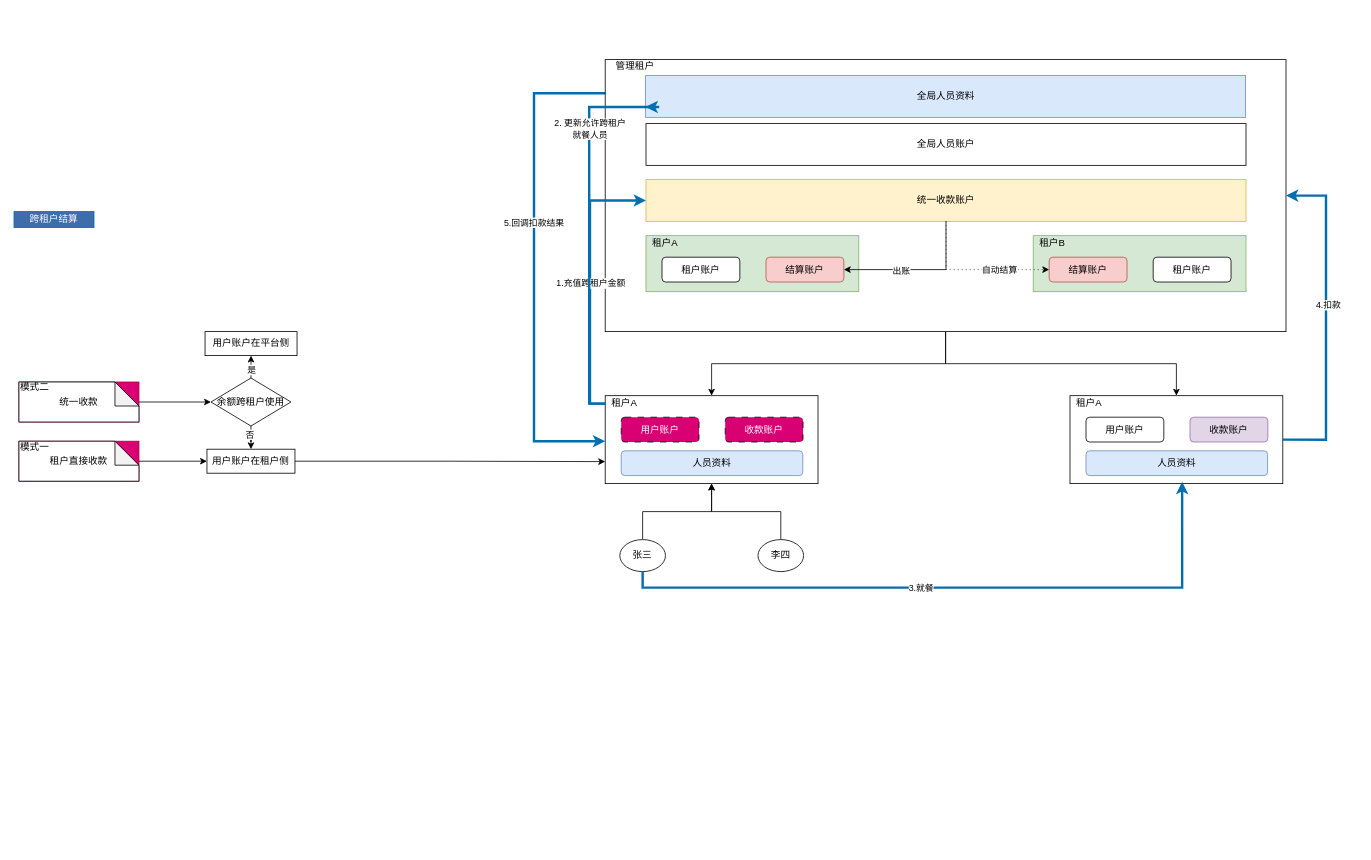
Before: 集团版设计.drawio in liolay/draw, a draw.io diagram. Source tidied: cells renumbered, new cells numbered last; positions are measured from the earlier drawing's top-left corner, leaving out a move shared by most shapes. Both pictures are drawn from the tidied source at 80%, with x=0, y=0 at pixel (14, 59).
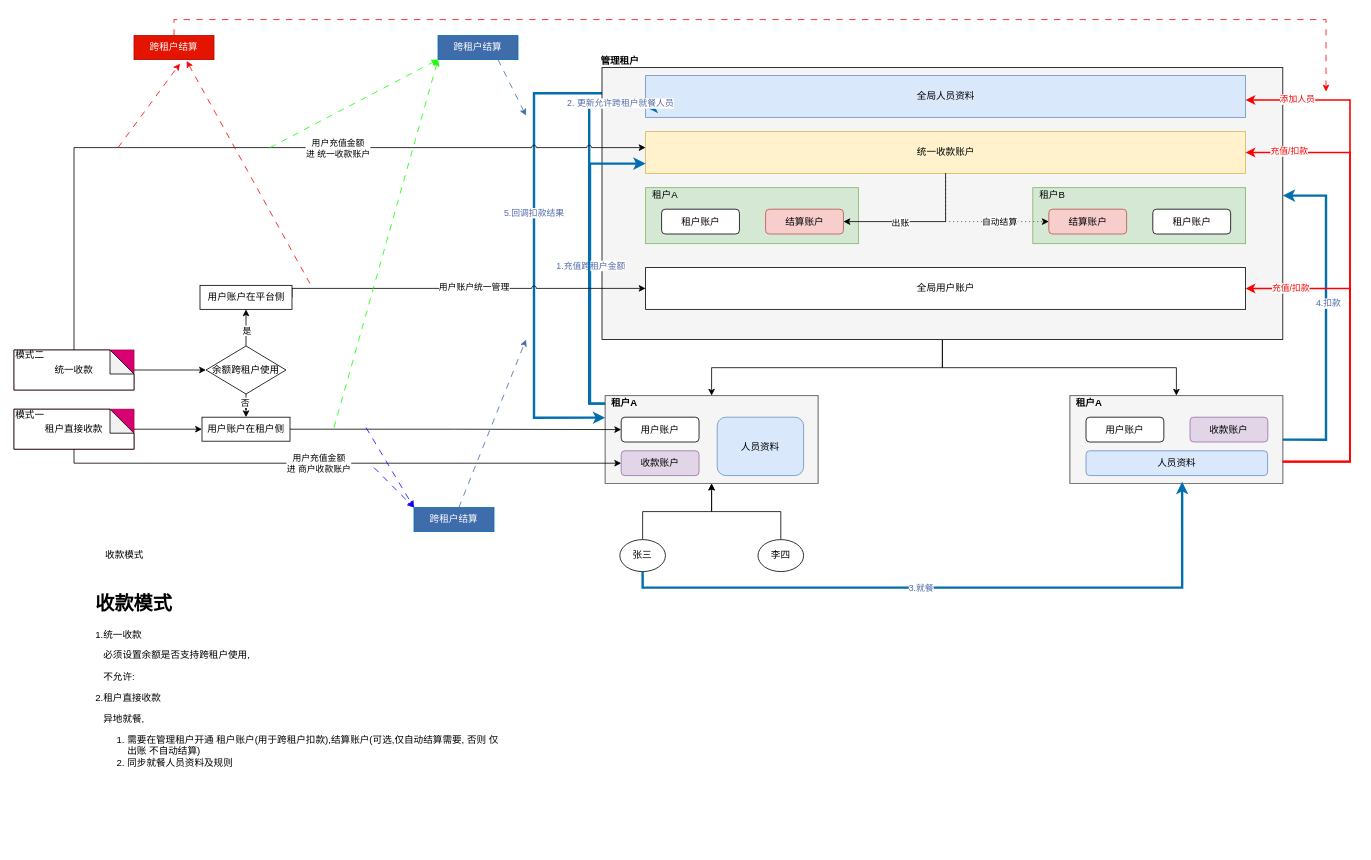
Above is the later version.

Commit message (it also covers changes not shown here):
更新集团版设计.drawio

Unchanged cells that the change refers to:
```xml
<mxCell id="9" value="全局人员资料" style="rounded=0;whiteSpace=wrap;html=1;fillColor=#dae8fc;strokeColor=#6c8ebf;" parent="1" vertex="1">
  <mxGeometry x="789.5" y="20" width="750" height="52.2" as="geometry" />
</mxCell>
<mxCell id="42" value="租户直接收款" style="shape=note;whiteSpace=wrap;html=1;backgroundOutline=1;darkOpacity=0.05;" parent="41" vertex="1">
  <mxGeometry width="150" height="50" as="geometry" />
</mxCell>
<mxCell id="47" style="edgeStyle=orthogonalEdgeStyle;rounded=0;jettySize=auto;html=1;entryX=0.527;entryY=0.98;entryDx=0;entryDy=0;entryPerimeter=0;fillColor=#1ba1e2;strokeColor=#006EAF;strokeWidth=3;" parent="1" edge="1" source="25" target="27">
  <mxGeometry relative="1" as="geometry">
    <Array as="points">
      <mxPoint x="786" y="660" />
      <mxPoint x="1460" y="660" />
    </Array>
  </mxGeometry>
</mxCell>
<mxCell id="51" style="edgeStyle=orthogonalEdgeStyle;rounded=0;jettySize=auto;html=1;exitX=0;exitY=0.5;exitDx=0;exitDy=0;entryX=0;entryY=0.75;entryDx=0;entryDy=0;fillColor=#1ba1e2;strokeColor=#006EAF;strokeWidth=3;" parent="1" edge="1" source="34" target="9">
  <mxGeometry relative="1" as="geometry" />
</mxCell>
<mxCell id="63" value="统一收款" style="shape=note;whiteSpace=wrap;html=1;backgroundOutline=1;darkOpacity=0.05;" parent="62" vertex="1">
  <mxGeometry width="150" height="50" as="geometry" />
</mxCell>
```

Change to the diagram source:
```diff
@@
-    <mxCell id="4" style="edgeStyle=orthogonalEdgeStyle;rounded=0;orthogonalLoop=1;jettySize=auto;html=1;exitX=0.006;exitY=0.118;exitDx=0;exitDy=0;entryX=0;entryY=0.5;entryDx=0;entryDy=0;fillColor=#1ba1e2;strokeColor=#006EAF;exitPerimeter=0;elbow=vertical;strokeWidth=3;" parent="1" edge="1">
+    <mxCell id="4" style="edgeStyle=orthogonalEdgeStyle;rounded=0;jettySize=auto;html=1;exitX=0.006;exitY=0.118;exitDx=0;exitDy=0;entryX=0;entryY=0.25;entryDx=0;entryDy=0;fillColor=#1ba1e2;strokeColor=#006EAF;exitPerimeter=0;elbow=vertical;strokeWidth=3;" parent="1" edge="1" target="33">
       <mxGeometry relative="1" as="geometry">
         <mxPoint x="744.1" y="42.1" as="sourcePoint" />
-        <mxPoint x="739" y="477" as="targetPoint" />
         <Array as="points">
-          <mxPoint x="650" y="41.9" />
-          <mxPoint x="650" y="476.9" />
+          <mxPoint x="650" y="42" />
+          <mxPoint x="650" y="448" />
         </Array>
       </mxGeometry>
     </mxCell>
-    <mxCell id="5" value="5.回调扣款结果" style="edgeLabel;html=1;align=center;verticalAlign=middle;" parent="4" vertex="1">
+    <mxCell id="5" value="5.回调扣款结果" style="edgeLabel;html=1;align=center;verticalAlign=middle;fontColor=light-dark(#526ba8, #ededed);" parent="4" vertex="1">
       <mxGeometry x="-0.17" y="-1" relative="1" as="geometry" />
     </mxCell>
-    <mxCell id="6" style="rounded=0;whiteSpace=wrap;html=1;" parent="1" vertex="1">
-      <mxGeometry x="739" width="851" height="340" as="geometry" />
+    <mxCell id="6" style="rounded=0;whiteSpace=wrap;html=1;fillColor=#f5f5f5;fontColor=#333333;strokeColor=default;" parent="1" vertex="1">
+      <mxGeometry x="735" y="10" width="851" height="340" as="geometry" />
     </mxCell>
-    <mxCell id="7" value="管理租户" style="text;html=1;whiteSpace=wrap;strokeColor=none;fillColor=none;align=center;verticalAlign=middle;rounded=0;" parent="1" vertex="1">
-      <mxGeometry x="739" width="75.3" height="16.8" as="geometry" />
+    <mxCell id="7" value="管理租户" style="text;html=1;whiteSpace=wrap;strokeColor=none;fillColor=none;align=center;verticalAlign=middle;rounded=0;fontStyle=1;" parent="1" vertex="1">
+      <mxGeometry x="720" y="-6.8" width="75.3" height="16.8" as="geometry" />
     </mxCell>
     <mxCell id="8" value="统一收款账户" style="rounded=0;whiteSpace=wrap;html=1;fillColor=#fff2cc;strokeColor=#d6b656;" parent="1" vertex="1">
-      <mxGeometry x="790" y="150" width="750" height="52.2" as="geometry" />
+      <mxGeometry x="789.5" y="90" width="750" height="52.2" as="geometry" />
     </mxCell>
@@
     <mxCell id="10" style="group;" parent="1" vertex="1">
-      <mxGeometry x="790" y="220" width="266" height="70.1" as="geometry" />
+      <mxGeometry x="789.5" y="160" width="266" height="70.1" as="geometry" />
     </mxCell>
@@
     <mxCell id="15" style="group;" parent="1" vertex="1">
-      <mxGeometry x="1274" y="220" width="266" height="70.1" as="geometry" />
+      <mxGeometry x="1273.5" y="160" width="266" height="70.1" as="geometry" />
     </mxCell>
@@
-    <mxCell id="26" style="group;" parent="1" vertex="1">
+    <mxCell id="26" style="group;fillColor=#f5f5f5;fontColor=#333333;strokeColor=#666666;" parent="1" vertex="1">
       <mxGeometry x="1320" y="420" width="266" height="110" as="geometry" />
     </mxCell>
-    <mxCell id="27" style="rounded=0;whiteSpace=wrap;html=1;glass=0;" parent="26" vertex="1">
+    <mxCell id="27" style="rounded=0;whiteSpace=wrap;html=1;glass=0;fillColor=#f5f5f5;fontColor=#333333;strokeColor=#666666;" parent="26" vertex="1">
       <mxGeometry y="0.1" width="266" height="109.9" as="geometry" />
     </mxCell>
-    <mxCell id="28" value="租户A" style="text;html=1;whiteSpace=wrap;strokeColor=none;fillColor=none;align=center;verticalAlign=middle;rounded=0;" parent="26" vertex="1">
+    <mxCell id="28" value="租户A" style="text;html=1;whiteSpace=wrap;strokeColor=none;fillColor=none;align=center;verticalAlign=middle;rounded=0;fontStyle=1;" parent="26" vertex="1">
       <mxGeometry width="47.5" height="20" as="geometry" />
     </mxCell>
@@
-    <mxCell id="32" style="group;" parent="1" vertex="1">
+    <mxCell id="32" style="group;fillColor=#f5f5f5;fontColor=#333333;strokeColor=#666666;" parent="1" vertex="1">
       <mxGeometry x="739" y="420" width="266" height="110" as="geometry" />
     </mxCell>
-    <mxCell id="33" style="rounded=0;whiteSpace=wrap;html=1;glass=0;" parent="32" vertex="1">
+    <mxCell id="33" style="rounded=0;whiteSpace=wrap;html=1;glass=0;fillColor=#f5f5f5;fontColor=#333333;strokeColor=#666666;" parent="32" vertex="1">
       <mxGeometry y="0.1" width="266" height="109.9" as="geometry" />
     </mxCell>
-    <mxCell id="34" value="租户A" style="text;html=1;whiteSpace=wrap;strokeColor=none;fillColor=none;align=center;verticalAlign=middle;rounded=0;" parent="32" vertex="1">
+    <mxCell id="34" value="租户A" style="text;html=1;whiteSpace=wrap;strokeColor=none;fillColor=none;align=center;verticalAlign=middle;rounded=0;fontStyle=1;" parent="32" vertex="1">
       <mxGeometry width="47.5" height="20" as="geometry" />
     </mxCell>
-    <mxCell id="35" value="用户账户" style="rounded=1;whiteSpace=wrap;html=1;strokeColor=light-dark(#030303, #ffa9e0);dashed=1;dashPattern=8 8;fillColor=#d80073;fontColor=#ffffff;" parent="32" vertex="1">
+    <mxCell id="35" value="用户账户" style="rounded=1;whiteSpace=wrap;html=1;" parent="32" vertex="1">
       <mxGeometry x="20" y="27" width="97.3" height="31" as="geometry" />
     </mxCell>
-    <mxCell id="36" value="收款账户" style="rounded=1;whiteSpace=wrap;html=1;fillColor=#d80073;strokeColor=#000000;fontColor=#ffffff;dashed=1;dashPattern=8 8;" parent="32" vertex="1">
-      <mxGeometry x="150" y="27" width="97.3" height="31" as="geometry" />
+    <mxCell id="36" value="收款账户" style="rounded=1;whiteSpace=wrap;html=1;fillColor=#e1d5e7;strokeColor=#9673a6;" parent="32" vertex="1">
+      <mxGeometry x="20" y="69" width="97.3" height="31" as="geometry" />
     </mxCell>
     <mxCell id="37" value="人员资料" style="rounded=1;whiteSpace=wrap;html=1;fillColor=#dae8fc;strokeColor=#6c8ebf;" parent="32" vertex="1">
-      <mxGeometry x="20" y="69" width="227" height="31" as="geometry" />
+      <mxGeometry x="140" y="27" width="108" height="73" as="geometry" />
     </mxCell>
@@
-    <mxCell id="40" value="全局人员账户" style="rounded=0;whiteSpace=wrap;html=1;" parent="1" vertex="1">
-      <mxGeometry x="790" y="80" width="750" height="52.2" as="geometry" />
+    <mxCell id="40" value="全局用户账户" style="rounded=0;whiteSpace=wrap;html=1;" parent="1" vertex="1">
+      <mxGeometry x="789.5" y="260" width="750" height="52.2" as="geometry" />
     </mxCell>
     <mxCell id="41" style="group;fillColor=#d80073;fontColor=#ffffff;strokeColor=#A50040;" parent="1" vertex="1">
-      <mxGeometry x="6.2" y="477" width="150" height="50" as="geometry" />
+      <mxGeometry y="437" width="150" height="50" as="geometry" />
     </mxCell>
@@
+    <mxCell id="66" style="rounded=0;jettySize=auto;html=1;dashed=1;dashPattern=8 8;jumpStyle=arc;strokeColor=light-dark(#3f6cab, #ededed);" parent="1" edge="1" source="44">
+      <mxGeometry relative="1" as="geometry">
+        <mxPoint x="640" y="350" as="targetPoint" />
+      </mxGeometry>
+    </mxCell>
     <mxCell id="44" value="跨租户结算" style="rounded=0;whiteSpace=wrap;html=1;fillColor=light-dark(#3f6cab, #198cc4);fontColor=#ffffff;strokeColor=#006EAF;" parent="1" vertex="1">
-      <mxGeometry y="190" width="100" height="20" as="geometry" />
+      <mxGeometry x="500" y="560" width="100" height="30" as="geometry" />
     </mxCell>
-    <mxCell id="45" style="edgeStyle=orthogonalEdgeStyle;rounded=0;jettySize=auto;html=1;entryX=0;entryY=0.5;entryDx=0;entryDy=0;fillColor=#1ba1e2;strokeColor=#006EAF;strokeWidth=3;" parent="1" edge="1" source="34" target="8">
+    <mxCell id="45" style="edgeStyle=orthogonalEdgeStyle;rounded=0;jettySize=auto;html=1;fillColor=#1ba1e2;strokeColor=#006EAF;strokeWidth=3;" parent="1" edge="1" source="34" target="8">
       <mxGeometry relative="1" as="geometry">
         <Array as="points">
           <mxPoint x="720" y="430" />
-          <mxPoint x="720" y="176" />
+          <mxPoint x="720" y="130" />
         </Array>
       </mxGeometry>
     </mxCell>
-    <mxCell id="46" value="1.充值&lt;span style=&quot;background-color: light-dark(#ffffff, var(--ge-dark-color, #121212)); color: light-dark(rgb(0, 0, 0), rgb(255, 255, 255));&quot;&gt;跨租户金额&lt;/span&gt;" style="edgeLabel;html=1;align=center;verticalAlign=middle;" parent="45" vertex="1">
+    <mxCell id="46" value="1.充值&lt;span style=&quot;background-color: light-dark(#ffffff, var(--ge-dark-color, #121212));&quot;&gt;跨租户金额&lt;/span&gt;" style="edgeLabel;html=1;align=center;verticalAlign=middle;fontColor=light-dark(#526ba8, #ededed);" parent="45" vertex="1">
       <mxGeometry x="-0.06" y="1" relative="1" as="geometry">
         <mxPoint x="1" y="-9" as="offset" />
       </mxGeometry>
     </mxCell>
@@
-    <mxCell id="48" value="3.就餐" style="edgeLabel;html=1;align=center;verticalAlign=middle;" parent="47" vertex="1">
+    <mxCell id="48" value="3.就餐" style="edgeLabel;html=1;align=center;verticalAlign=middle;fontColor=light-dark(#526ba8, #ededed);" parent="47" vertex="1">
       <mxGeometry x="-0.11" relative="1" as="geometry" />
     </mxCell>
-    <mxCell id="49" style="edgeStyle=orthogonalEdgeStyle;rounded=0;jettySize=auto;html=1;exitX=1;exitY=0.5;exitDx=0;exitDy=0;entryX=1;entryY=0.5;entryDx=0;entryDy=0;fillColor=#1ba1e2;strokeColor=#006EAF;strokeWidth=3;" parent="1" edge="1" source="27" target="6">
+    <mxCell id="49" style="edgeStyle=orthogonalEdgeStyle;rounded=0;jettySize=auto;html=1;exitX=1;exitY=0.5;exitDx=0;exitDy=0;fillColor=#1ba1e2;strokeColor=#006EAF;strokeWidth=3;" parent="1" edge="1" source="27" target="6">
       <mxGeometry relative="1" as="geometry">
         <Array as="points">
           <mxPoint x="1640" y="475" />
           <mxPoint x="1640" y="170" />
         </Array>
       </mxGeometry>
     </mxCell>
-    <mxCell id="50" value="4.扣款" style="edgeLabel;html=1;align=center;verticalAlign=middle;" parent="49" vertex="1">
+    <mxCell id="50" value="4.扣款" style="edgeLabel;html=1;align=center;verticalAlign=middle;fontColor=light-dark(#526ba8, #ededed);" parent="49" vertex="1">
       <mxGeometry x="0.09" y="-2" relative="1" as="geometry" />
     </mxCell>
@@
-    <mxCell id="52" value="2. 更新允许跨租户&lt;div&gt;就餐人员&lt;/div&gt;" style="edgeLabel;html=1;align=center;verticalAlign=middle;" parent="51" vertex="1">
-      <mxGeometry x="0.47" relative="1" as="geometry" />
+    <mxCell id="52" value="2. 更新允许跨租户&lt;span style=&quot;background-color: light-dark(#ffffff, var(--ge-dark-color, #121212));&quot;&gt;就餐人员&lt;/span&gt;" style="edgeLabel;html=1;align=center;verticalAlign=middle;fontColor=light-dark(#526ba8, #ededed);" parent="51" vertex="1">
+      <mxGeometry x="0.47" relative="1" as="geometry">
+        <mxPoint x="38" y="-32" as="offset" />
+      </mxGeometry>
     </mxCell>
+    <mxCell id="67" style="edgeStyle=orthogonalEdgeStyle;rounded=0;jettySize=auto;html=1;exitX=1;exitY=0.5;exitDx=0;exitDy=0;jumpStyle=arc;" parent="1" edge="1" source="53" target="40">
+      <mxGeometry relative="1" as="geometry">
+        <Array as="points">
+          <mxPoint x="590" y="286" />
+          <mxPoint x="590" y="286" />
+        </Array>
+      </mxGeometry>
+    </mxCell>
+    <mxCell id="68" value="用户账户统一管理" style="edgeLabel;html=1;align=center;verticalAlign=middle;" parent="67" vertex="1">
+      <mxGeometry x="-0.06" y="3" relative="1" as="geometry">
+        <mxPoint x="25" as="offset" />
+      </mxGeometry>
+    </mxCell>
     <mxCell id="53" value="用户账户在平台侧" style="rounded=0;whiteSpace=wrap;html=1;" parent="1" vertex="1">
-      <mxGeometry x="238.8" y="340" width="115" height="30" as="geometry" />
+      <mxGeometry x="232.5" y="282.2" width="115" height="30" as="geometry" />
     </mxCell>
@@
     <mxCell id="58" value="余额跨租户使用" style="rhombus;whiteSpace=wrap;html=1;" parent="1" vertex="1">
-      <mxGeometry x="246.2" y="398" width="100" height="60" as="geometry" />
+      <mxGeometry x="240" y="358" width="100" height="60" as="geometry" />
     </mxCell>
-    <mxCell id="59" style="edgeStyle=orthogonalEdgeStyle;rounded=0;jettySize=auto;html=1;entryX=0;entryY=0.75;entryDx=0;entryDy=0;" parent="1" edge="1" source="60" target="33">
+    <mxCell id="59" style="edgeStyle=orthogonalEdgeStyle;rounded=0;jettySize=auto;html=1;entryX=0;entryY=0.5;entryDx=0;entryDy=0;jumpStyle=none;" parent="1" edge="1" source="60" target="35">
       <mxGeometry relative="1" as="geometry" />
     </mxCell>
     <mxCell id="60" value="用户账户在租户侧" style="rounded=0;whiteSpace=wrap;html=1;" parent="1" vertex="1">
-      <mxGeometry x="241.2" y="487" width="110" height="30" as="geometry" />
+      <mxGeometry x="235" y="447" width="110" height="30" as="geometry" />
     </mxCell>
@@
     <mxCell id="62" style="group;fillColor=#d80073;fontColor=#ffffff;strokeColor=#A50040;" parent="1" vertex="1">
-      <mxGeometry x="6.2" y="403" width="150" height="50" as="geometry" />
+      <mxGeometry y="363" width="150" height="50" as="geometry" />
     </mxCell>
@@
+    <mxCell id="69" style="rounded=0;jettySize=auto;html=1;exitX=0.5;exitY=1;exitDx=0;exitDy=0;exitPerimeter=0;edgeStyle=orthogonalEdgeStyle;jumpStyle=none;entryX=0;entryY=0.5;entryDx=0;entryDy=0;" parent="1" edge="1" source="42" target="36">
+      <mxGeometry relative="1" as="geometry">
+        <Array as="points">
+          <mxPoint x="75" y="505" />
+        </Array>
+      </mxGeometry>
+    </mxCell>
+    <mxCell id="70" value="用户充值金额&lt;div&gt;进 商户收款账户&lt;/div&gt;" style="edgeLabel;html=1;align=center;verticalAlign=middle;" parent="69" vertex="1">
+      <mxGeometry x="-0.08" relative="1" as="geometry" />
+    </mxCell>
+    <mxCell id="71" style="edgeStyle=orthogonalEdgeStyle;rounded=0;jettySize=auto;html=1;jumpStyle=arc;" parent="1" edge="1" source="63" target="8">
+      <mxGeometry relative="1" as="geometry">
+        <Array as="points">
+          <mxPoint x="75" y="110" />
+        </Array>
+      </mxGeometry>
+    </mxCell>
+    <mxCell id="72" value="用户充值金额&lt;div&gt;进 统一收款账户&lt;/div&gt;" style="edgeLabel;html=1;align=center;verticalAlign=middle;" parent="71" vertex="1">
+      <mxGeometry x="-0.38" relative="1" as="geometry">
+        <mxPoint x="282" as="offset" />
+      </mxGeometry>
+    </mxCell>
+    <mxCell id="73" style="endArrow=classic;html=1;rounded=0;jumpStyle=none;dashed=1;dashPattern=8 8;fillColor=#e3c800;strokeColor=light-dark(#1100ff, #8d7600);" parent="1" edge="1">
+      <mxGeometry relative="1" as="geometry">
+        <mxPoint x="440" y="460" as="sourcePoint" />
+        <mxPoint x="500" y="560" as="targetPoint" />
+      </mxGeometry>
+    </mxCell>
+    <mxCell id="74" style="endArrow=classic;html=1;rounded=0;dashed=1;dashPattern=8 8;fillColor=#e3c800;strokeColor=light-dark(#1100ff, #8d7600);" parent="1" edge="1">
+      <mxGeometry relative="1" as="geometry">
+        <mxPoint x="450" y="510" as="sourcePoint" />
+        <mxPoint x="500" y="560" as="targetPoint" />
+      </mxGeometry>
+    </mxCell>
+    <mxCell id="75" style="endArrow=classic;html=1;rounded=0;jumpStyle=none;dashed=1;dashPattern=8 8;fillColor=#cdeb8b;strokeColor=light-dark(#11ff00, #babdc0);" parent="1" edge="1">
+      <mxGeometry relative="1" as="geometry">
+        <mxPoint x="400" y="460" as="sourcePoint" />
+        <mxPoint x="530" as="targetPoint" />
+      </mxGeometry>
+    </mxCell>
+    <mxCell id="76" style="endArrow=classic;html=1;rounded=0;dashed=1;dashPattern=8 8;fillColor=#cdeb8b;strokeColor=light-dark(#11ff00, #babdc0);" parent="1" edge="1">
+      <mxGeometry relative="1" as="geometry">
+        <mxPoint x="320" y="110" as="sourcePoint" />
+        <mxPoint x="530" as="targetPoint" />
+      </mxGeometry>
+    </mxCell>
+    <mxCell id="77" style="edgeStyle=orthogonalEdgeStyle;rounded=0;jettySize=auto;html=1;exitX=0.5;exitY=0;exitDx=0;exitDy=0;dashed=1;dashPattern=8 8;strokeColor=light-dark(#ff0000, #ededed);fontColor=light-dark(#fb0909, #ededed);" parent="1" edge="1" source="78">
+      <mxGeometry relative="1" as="geometry">
+        <mxPoint x="1640" y="40" as="targetPoint" />
+        <Array as="points">
+          <mxPoint x="200" y="-50" />
+          <mxPoint x="1640" y="-50" />
+        </Array>
+      </mxGeometry>
+    </mxCell>
+    <mxCell id="78" value="跨租户结算" style="rounded=0;whiteSpace=wrap;html=1;fillColor=#e51400;fontColor=#ffffff;strokeColor=#B20000;" parent="1" vertex="1">
+      <mxGeometry x="150" y="-30" width="100" height="30" as="geometry" />
+    </mxCell>
+    <mxCell id="79" value="跨租户结算" style="rounded=0;whiteSpace=wrap;html=1;fillColor=light-dark(#3f6cab, #198cc4);fontColor=#ffffff;strokeColor=#006EAF;" parent="1" vertex="1">
+      <mxGeometry x="530" y="-30" width="100" height="30" as="geometry" />
+    </mxCell>
+    <mxCell id="80" style="endArrow=classic;html=1;rounded=0;entryX=0.658;entryY=1.057;entryDx=0;entryDy=0;entryPerimeter=0;dashed=1;dashPattern=8 8;fillColor=#f8cecc;strokeColor=light-dark(#fa0000, #d7817e);gradientColor=#ea6b66;" parent="1" edge="1" target="78">
+      <mxGeometry relative="1" as="geometry">
+        <mxPoint x="370" y="280" as="sourcePoint" />
+      </mxGeometry>
+    </mxCell>
+    <mxCell id="81" style="endArrow=classic;html=1;rounded=0;entryX=0.574;entryY=1.169;entryDx=0;entryDy=0;entryPerimeter=0;dashed=1;dashPattern=8 8;fillColor=#f8cecc;strokeColor=light-dark(#fa0000, #d7817e);gradientColor=#ea6b66;" parent="1" edge="1" target="78">
+      <mxGeometry relative="1" as="geometry">
+        <mxPoint x="130" y="110" as="sourcePoint" />
+      </mxGeometry>
+    </mxCell>
+    <mxCell id="82" style="endArrow=classic;html=1;rounded=0;dashed=1;dashPattern=8 8;exitX=0.75;exitY=1;exitDx=0;exitDy=0;strokeColor=light-dark(#3f6cab, #ededed);" parent="1" edge="1" source="79">
+      <mxGeometry relative="1" as="geometry">
+        <mxPoint x="640" y="70" as="targetPoint" />
+      </mxGeometry>
+    </mxCell>
+    <mxCell id="83" style="edgeStyle=orthogonalEdgeStyle;rounded=0;jettySize=auto;html=1;exitX=1;exitY=0.75;exitDx=0;exitDy=0;strokeColor=light-dark(#f60404, #ededed);strokeWidth=2;entryX=1;entryY=0.584;entryDx=0;entryDy=0;entryPerimeter=0;" parent="1" edge="1" source="27" target="9">
+      <mxGeometry relative="1" as="geometry">
+        <Array as="points">
+          <mxPoint x="1670" y="503" />
+          <mxPoint x="1670" y="51" />
+        </Array>
+      </mxGeometry>
+    </mxCell>
+    <mxCell id="84" value="添加人员" style="edgeLabel;html=1;align=center;verticalAlign=middle;fontColor=light-dark(#f70202, #ededed);" parent="83" vertex="1">
+      <mxGeometry x="0.81" y="-1" relative="1" as="geometry" />
+    </mxCell>
+    <mxCell id="85" style="edgeStyle=orthogonalEdgeStyle;rounded=0;jettySize=auto;html=1;exitX=1;exitY=0.75;exitDx=0;exitDy=0;entryX=1;entryY=0.5;entryDx=0;entryDy=0;strokeColor=#FF0000;strokeWidth=2;" parent="1" edge="1" source="27" target="40">
+      <mxGeometry relative="1" as="geometry">
+        <Array as="points">
+          <mxPoint x="1670" y="503" />
+          <mxPoint x="1670" y="286" />
+        </Array>
+      </mxGeometry>
+    </mxCell>
+    <mxCell id="86" value="充值/扣款" style="edgeLabel;html=1;align=center;verticalAlign=middle;fontColor=light-dark(#fb0909, #ededed);" parent="85" vertex="1">
+      <mxGeometry x="0.74" y="-1" relative="1" as="geometry" />
+    </mxCell>
+    <mxCell id="87" style="edgeStyle=orthogonalEdgeStyle;rounded=0;jettySize=auto;html=1;exitX=1;exitY=0.75;exitDx=0;exitDy=0;entryX=1;entryY=0.5;entryDx=0;entryDy=0;strokeWidth=2;strokeColor=light-dark(#fb0404, #ededed);" parent="1" edge="1" source="27" target="8">
+      <mxGeometry relative="1" as="geometry">
+        <Array as="points">
+          <mxPoint x="1670" y="503" />
+          <mxPoint x="1670" y="116" />
+        </Array>
+      </mxGeometry>
+    </mxCell>
+    <mxCell id="88" value="充值/扣款" style="edgeLabel;html=1;align=center;verticalAlign=middle;fontColor=light-dark(#fb0909, #ededed);" parent="87" vertex="1">
+      <mxGeometry x="0.82" y="-2" relative="1" as="geometry" />
+    </mxCell>
+    <mxCell id="89" value="收款模式&amp;nbsp;" style="text;html=1;whiteSpace=wrap;strokeColor=none;fillColor=none;align=center;verticalAlign=middle;rounded=0;" parent="1" vertex="1">
+      <mxGeometry x="110" y="605" width="60" height="30" as="geometry" />
+    </mxCell>
+    <mxCell id="90" value="&lt;h1 style=&quot;margin-top: 0px;&quot;&gt;收款模式&lt;/h1&gt;&lt;p&gt;1.统一收款&lt;/p&gt;&lt;p&gt;&amp;nbsp; &amp;nbsp;必须设置余额是否支持跨租户使用,&lt;/p&gt;&lt;p&gt;&amp;nbsp; &amp;nbsp;不允许:&amp;nbsp; &amp;nbsp;&lt;span style=&quot;background-color: transparent; color: light-dark(rgb(0, 0, 0), rgb(255, 255, 255));&quot;&gt;&amp;nbsp;&amp;nbsp;&lt;/span&gt;&lt;/p&gt;&lt;p&gt;2.租户直接收款&lt;/p&gt;&lt;p&gt;&lt;span style=&quot;background-color: transparent; color: light-dark(rgb(0, 0, 0), rgb(255, 255, 255));&quot;&gt;&amp;nbsp; &amp;nbsp;异地就餐,&lt;/span&gt;&lt;/p&gt;&lt;ol&gt;&lt;li&gt;需要在管理租户开通 租户账户(用于跨租户扣款),结算账户(可选,仅自动结算需要, 否则 仅出账 不自动结算)&amp;nbsp; &amp;nbsp; &amp;nbsp; &amp;nbsp; &amp;nbsp; &amp;nbsp; &amp;nbsp; &amp;nbsp; &amp;nbsp; &amp;nbsp; &amp;nbsp; &amp;nbsp; &amp;nbsp; &amp;nbsp; &amp;nbsp; &amp;nbsp; &amp;nbsp; &amp;nbsp; &amp;nbsp; &amp;nbsp; &amp;nbsp; &amp;nbsp;&lt;/li&gt;&lt;li&gt;&lt;span style=&quot;background-color: transparent; color: light-dark(rgb(0, 0, 0), rgb(255, 255, 255));&quot;&gt;同步就餐人员资料及规则&lt;/span&gt;&lt;/li&gt;&lt;/ol&gt;&lt;p&gt;&lt;/p&gt;" style="text;html=1;whiteSpace=wrap;overflow=hidden;rounded=0;" parent="1" vertex="1">
+      <mxGeometry x="100" y="660" width="510" height="320" as="geometry" />
+    </mxCell>
```
